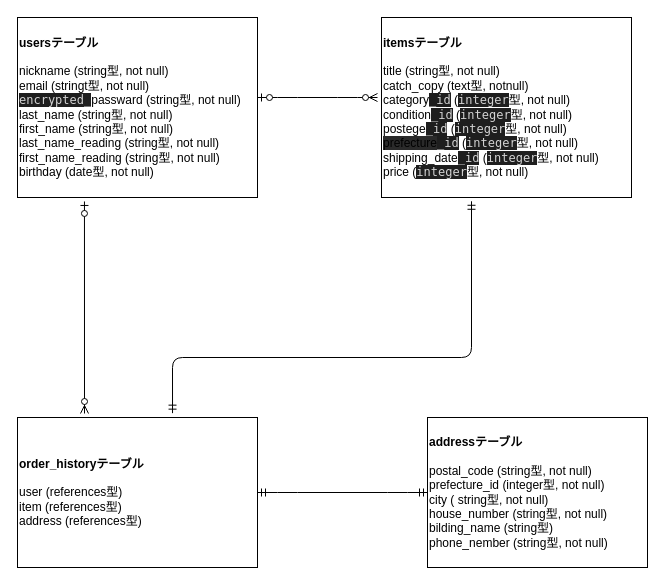
Earlier version of the draw.io diagram furima-36558.dio (kie-yoshinaga/furima-36558). Source tidied: cells renumbered, new cells numbered last; positions are measured from the earlier drawing's top-left corner, leaving out a move shared by most shapes. Both pictures are drawn from the tidied source at 100%, with x=0, y=0 at pixel (17, 17).
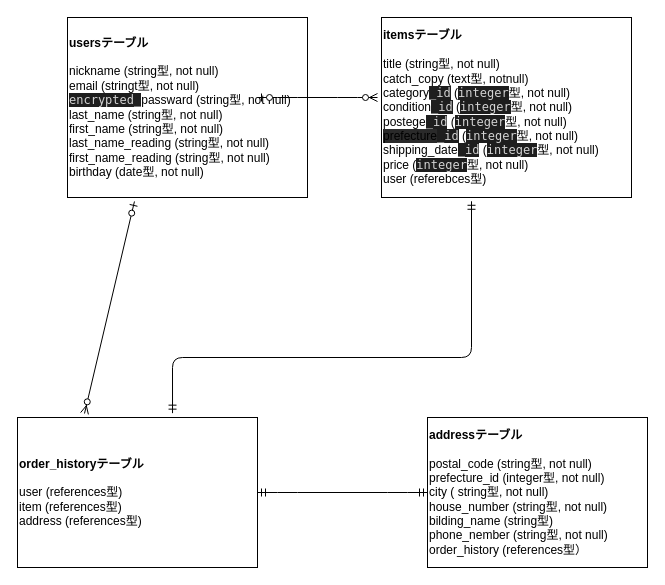
The same diagram, later.

Change to the diagram source:
```diff
@@
 <mxGraphModel>
   <root>
     <mxCell id="0" />
     <mxCell id="1" parent="0" />
     <mxCell id="2" value="&lt;b&gt;usersテーブル&lt;br&gt;&lt;/b&gt;&lt;br&gt;nickname (string型, not null)&lt;br&gt;email (stringt型, not null)&lt;br&gt;&lt;span style=&quot;background-color: rgb(30 , 30 , 30) ; color: rgb(212 , 212 , 212) ; font-family: &amp;#34;menlo&amp;#34; , &amp;#34;monaco&amp;#34; , &amp;#34;courier new&amp;#34; , monospace&quot;&gt;encrypted_&lt;/span&gt;passward (string型, not null)&lt;br&gt;last_name (string型, not null)&lt;br&gt;first_name (string型, not null)&lt;br&gt;last_name_reading (string型, not null)&lt;br&gt;first_name_reading (string型, not null)&lt;br&gt;&lt;div&gt;&lt;span&gt;birthday (date型, not null)&lt;/span&gt;&lt;/div&gt;" style="rounded=0;whiteSpace=wrap;html=1;align=left;" parent="1" vertex="1">
-      <mxGeometry width="240" height="180" as="geometry" />
+      <mxGeometry x="50" width="240" height="180" as="geometry" />
     </mxCell>
-    <mxCell id="3" value="&lt;b&gt;itemsテーブル&lt;/b&gt;&lt;br&gt;&lt;br&gt;title (string型, not null)&lt;br&gt;catch_copy (text型, notnull)&lt;br&gt;category&lt;span style=&quot;background-color: rgb(30 , 30 , 30) ; color: rgb(212 , 212 , 212) ; font-family: &amp;#34;menlo&amp;#34; , &amp;#34;monaco&amp;#34; , &amp;#34;courier new&amp;#34; , monospace&quot;&gt;_id&lt;/span&gt;&amp;nbsp;(&lt;span style=&quot;background-color: rgb(30 , 30 , 30) ; color: rgb(212 , 212 , 212) ; font-family: &amp;#34;menlo&amp;#34; , &amp;#34;monaco&amp;#34; , &amp;#34;courier new&amp;#34; , monospace&quot;&gt;integer&lt;/span&gt;型, not null)&lt;br&gt;condition&lt;span style=&quot;background-color: rgb(30 , 30 , 30) ; color: rgb(212 , 212 , 212) ; font-family: &amp;#34;menlo&amp;#34; , &amp;#34;monaco&amp;#34; , &amp;#34;courier new&amp;#34; , monospace&quot;&gt;_id&lt;/span&gt;&amp;nbsp;(&lt;span style=&quot;background-color: rgb(30 , 30 , 30) ; color: rgb(212 , 212 , 212) ; font-family: &amp;#34;menlo&amp;#34; , &amp;#34;monaco&amp;#34; , &amp;#34;courier new&amp;#34; , monospace&quot;&gt;integer&lt;/span&gt;型, not null)&lt;br&gt;postege&lt;span style=&quot;background-color: rgb(30 , 30 , 30) ; color: rgb(212 , 212 , 212) ; font-family: &amp;#34;menlo&amp;#34; , &amp;#34;monaco&amp;#34; , &amp;#34;courier new&amp;#34; , monospace&quot;&gt;_id&lt;/span&gt;&amp;nbsp;(&lt;span style=&quot;background-color: rgb(30 , 30 , 30) ; color: rgb(212 , 212 , 212) ; font-family: &amp;#34;menlo&amp;#34; , &amp;#34;monaco&amp;#34; , &amp;#34;courier new&amp;#34; , monospace&quot;&gt;integer&lt;/span&gt;型, not null)&lt;br&gt;&lt;span style=&quot;background-color: rgb(42 , 42 , 42)&quot;&gt;prefecture&lt;/span&gt;&lt;span style=&quot;background-color: rgb(30 , 30 , 30) ; color: rgb(212 , 212 , 212) ; font-family: &amp;#34;menlo&amp;#34; , &amp;#34;monaco&amp;#34; , &amp;#34;courier new&amp;#34; , monospace&quot;&gt;_id&lt;/span&gt;&amp;nbsp;(&lt;span style=&quot;background-color: rgb(30 , 30 , 30) ; color: rgb(212 , 212 , 212) ; font-family: &amp;#34;menlo&amp;#34; , &amp;#34;monaco&amp;#34; , &amp;#34;courier new&amp;#34; , monospace&quot;&gt;integer&lt;/span&gt;型, not null)&lt;br&gt;shipping_date&lt;span style=&quot;background-color: rgb(30 , 30 , 30) ; color: rgb(212 , 212 , 212) ; font-family: &amp;#34;menlo&amp;#34; , &amp;#34;monaco&amp;#34; , &amp;#34;courier new&amp;#34; , monospace&quot;&gt;_id&lt;/span&gt;&amp;nbsp;(&lt;span style=&quot;background-color: rgb(30 , 30 , 30) ; color: rgb(212 , 212 , 212) ; font-family: &amp;#34;menlo&amp;#34; , &amp;#34;monaco&amp;#34; , &amp;#34;courier new&amp;#34; , monospace&quot;&gt;integer&lt;/span&gt;型, not null)&lt;br&gt;price (&lt;span style=&quot;background-color: rgb(30 , 30 , 30) ; color: rgb(212 , 212 , 212) ; font-family: &amp;#34;menlo&amp;#34; , &amp;#34;monaco&amp;#34; , &amp;#34;courier new&amp;#34; , monospace&quot;&gt;integer&lt;/span&gt;型, not null)" style="rounded=0;whiteSpace=wrap;html=1;align=left;" parent="1" vertex="1">
+    <mxCell id="3" value="&lt;b&gt;itemsテーブル&lt;/b&gt;&lt;br&gt;&lt;br&gt;title (string型, not null)&lt;br&gt;catch_copy (text型, notnull)&lt;br&gt;category&lt;span style=&quot;background-color: rgb(30 , 30 , 30) ; color: rgb(212 , 212 , 212) ; font-family: &amp;#34;menlo&amp;#34; , &amp;#34;monaco&amp;#34; , &amp;#34;courier new&amp;#34; , monospace&quot;&gt;_id&lt;/span&gt;&amp;nbsp;(&lt;span style=&quot;background-color: rgb(30 , 30 , 30) ; color: rgb(212 , 212 , 212) ; font-family: &amp;#34;menlo&amp;#34; , &amp;#34;monaco&amp;#34; , &amp;#34;courier new&amp;#34; , monospace&quot;&gt;integer&lt;/span&gt;型, not null)&lt;br&gt;condition&lt;span style=&quot;background-color: rgb(30 , 30 , 30) ; color: rgb(212 , 212 , 212) ; font-family: &amp;#34;menlo&amp;#34; , &amp;#34;monaco&amp;#34; , &amp;#34;courier new&amp;#34; , monospace&quot;&gt;_id&lt;/span&gt;&amp;nbsp;(&lt;span style=&quot;background-color: rgb(30 , 30 , 30) ; color: rgb(212 , 212 , 212) ; font-family: &amp;#34;menlo&amp;#34; , &amp;#34;monaco&amp;#34; , &amp;#34;courier new&amp;#34; , monospace&quot;&gt;integer&lt;/span&gt;型, not null)&lt;br&gt;postege&lt;span style=&quot;background-color: rgb(30 , 30 , 30) ; color: rgb(212 , 212 , 212) ; font-family: &amp;#34;menlo&amp;#34; , &amp;#34;monaco&amp;#34; , &amp;#34;courier new&amp;#34; , monospace&quot;&gt;_id&lt;/span&gt;&amp;nbsp;(&lt;span style=&quot;background-color: rgb(30 , 30 , 30) ; color: rgb(212 , 212 , 212) ; font-family: &amp;#34;menlo&amp;#34; , &amp;#34;monaco&amp;#34; , &amp;#34;courier new&amp;#34; , monospace&quot;&gt;integer&lt;/span&gt;型, not null)&lt;br&gt;&lt;span style=&quot;background-color: rgb(42 , 42 , 42)&quot;&gt;prefecture&lt;/span&gt;&lt;span style=&quot;background-color: rgb(30 , 30 , 30) ; color: rgb(212 , 212 , 212) ; font-family: &amp;#34;menlo&amp;#34; , &amp;#34;monaco&amp;#34; , &amp;#34;courier new&amp;#34; , monospace&quot;&gt;_id&lt;/span&gt;&amp;nbsp;(&lt;span style=&quot;background-color: rgb(30 , 30 , 30) ; color: rgb(212 , 212 , 212) ; font-family: &amp;#34;menlo&amp;#34; , &amp;#34;monaco&amp;#34; , &amp;#34;courier new&amp;#34; , monospace&quot;&gt;integer&lt;/span&gt;型, not null)&lt;br&gt;shipping_date&lt;span style=&quot;background-color: rgb(30 , 30 , 30) ; color: rgb(212 , 212 , 212) ; font-family: &amp;#34;menlo&amp;#34; , &amp;#34;monaco&amp;#34; , &amp;#34;courier new&amp;#34; , monospace&quot;&gt;_id&lt;/span&gt;&amp;nbsp;(&lt;span style=&quot;background-color: rgb(30 , 30 , 30) ; color: rgb(212 , 212 , 212) ; font-family: &amp;#34;menlo&amp;#34; , &amp;#34;monaco&amp;#34; , &amp;#34;courier new&amp;#34; , monospace&quot;&gt;integer&lt;/span&gt;型, not null)&lt;br&gt;price (&lt;span style=&quot;background-color: rgb(30 , 30 , 30) ; color: rgb(212 , 212 , 212) ; font-family: &amp;#34;menlo&amp;#34; , &amp;#34;monaco&amp;#34; , &amp;#34;courier new&amp;#34; , monospace&quot;&gt;integer&lt;/span&gt;型, not null)&lt;br&gt;user (referebces型)" style="rounded=0;whiteSpace=wrap;html=1;align=left;" parent="1" vertex="1">
       <mxGeometry x="364" width="250" height="180" as="geometry" />
     </mxCell>
     <mxCell id="4" value="&lt;b&gt;order_historyテーブル&lt;/b&gt;&lt;br&gt;&lt;br&gt;user (references型)&lt;br&gt;item (references型)&lt;br&gt;address (references型)" style="rounded=0;whiteSpace=wrap;html=1;align=left;" parent="1" vertex="1">
       <mxGeometry y="400" width="240" height="150" as="geometry" />
     </mxCell>
-    <mxCell id="5" value="&lt;b&gt;addressテーブル&lt;/b&gt;&lt;br&gt;&lt;br&gt;postal_code (string型, not null)&lt;br&gt;prefecture_id (integer型, not null)&lt;br&gt;city ( string型, not null)&lt;br&gt;house_number (string型, not null)&lt;br&gt;bilding_name (string型)&lt;br&gt;phone_nember (string型, not null)" style="rounded=0;whiteSpace=wrap;html=1;align=left;" parent="1" vertex="1">
+    <mxCell id="5" value="&lt;b&gt;addressテーブル&lt;/b&gt;&lt;br&gt;&lt;br&gt;postal_code (string型, not null)&lt;br&gt;prefecture_id (integer型, not null)&lt;br&gt;city ( string型, not null)&lt;br&gt;house_number (string型, not null)&lt;br&gt;bilding_name (string型)&lt;br&gt;phone_nember (string型, not null)&lt;br&gt;order_history (references型）" style="rounded=0;whiteSpace=wrap;html=1;align=left;" parent="1" vertex="1">
       <mxGeometry x="410" y="400" width="220" height="150" as="geometry" />
     </mxCell>
     <mxCell id="6" style="edgeStyle=entityRelationEdgeStyle;fontSize=12;html=1;endArrow=ERzeroToMany;startArrow=ERzeroToOne;" parent="1" edge="1">
       <mxGeometry relative="1" as="geometry">
         <mxPoint x="240" y="80" as="sourcePoint" />
         <mxPoint x="360" y="80" as="targetPoint" />
       </mxGeometry>
     </mxCell>
     <mxCell id="7" style="edgeStyle=entityRelationEdgeStyle;fontSize=12;html=1;endArrow=ERmandOne;startArrow=ERmandOne;exitX=1;exitY=0.5;exitDx=0;exitDy=0;entryX=0;entryY=0.5;entryDx=0;entryDy=0;" parent="1" edge="1" source="4" target="5">
       <mxGeometry relative="1" as="geometry" />
     </mxCell>
     <mxCell id="8" style="edgeStyle=orthogonalEdgeStyle;fontSize=12;html=1;endArrow=ERmandOne;startArrow=ERmandOne;exitX=0.646;exitY=-0.029;exitDx=0;exitDy=0;exitPerimeter=0;entryX=0.36;entryY=1.021;entryDx=0;entryDy=0;entryPerimeter=0;" parent="1" edge="1" source="4" target="3">
       <mxGeometry relative="1" as="geometry">
         <Array as="points">
           <mxPoint x="155" y="340" />
           <mxPoint x="454" y="340" />
         </Array>
       </mxGeometry>
     </mxCell>
     <mxCell id="9" style="fontSize=12;html=1;endArrow=ERzeroToMany;startArrow=ERzeroToOne;exitX=0.279;exitY=1.022;exitDx=0;exitDy=0;exitPerimeter=0;" parent="1" edge="1" source="2">
       <mxGeometry relative="1" as="geometry">
         <mxPoint x="67" y="396" as="targetPoint" />
       </mxGeometry>
     </mxCell>
   </root>
 </mxGraphModel>
```
